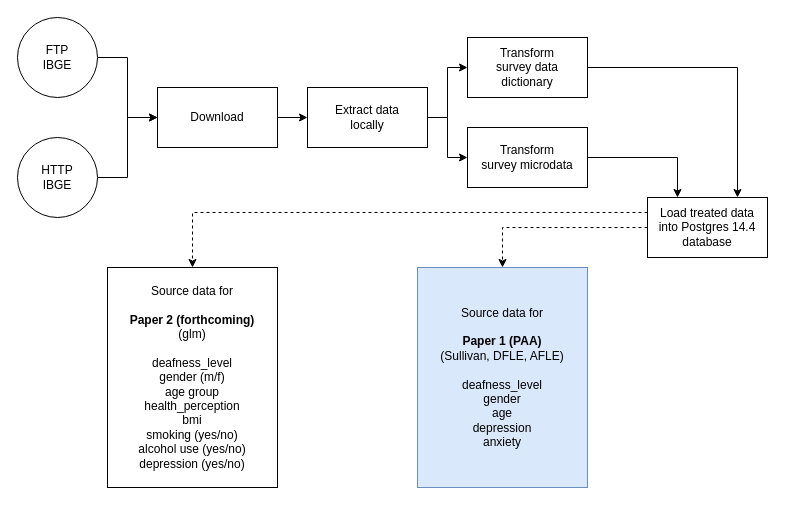
Earlier version of the draw.io diagram imgs/plan.drawio (hafermoraes/Deaf_DFLE). Source tidied: cells renumbered, new cells numbered last; positions are measured from the earlier drawing's top-left corner, leaving out a move shared by most shapes. Both pictures are drawn from the tidied source at 100%, with x=0, y=0 at pixel (17, 17).
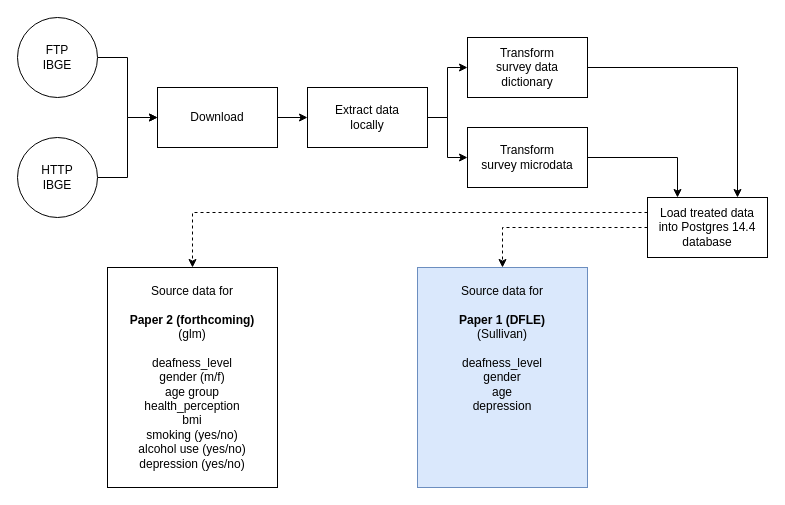
Above is the later version.

The edit, as a diff of the source:
```diff
@@
 <mxGraphModel>
   <root>
     <mxCell id="0" />
     <mxCell id="1" parent="0" />
     <mxCell id="2" style="edgeStyle=orthogonalEdgeStyle;rounded=0;jettySize=auto;html=1;exitX=1;exitY=0.5;exitDx=0;exitDy=0;entryX=0;entryY=0.5;entryDx=0;entryDy=0;" parent="1" edge="1" source="3" target="7">
       <mxGeometry relative="1" as="geometry" />
     </mxCell>
     <mxCell id="3" value="FTP&lt;br&gt;IBGE" style="ellipse;whiteSpace=wrap;html=1;" parent="1" vertex="1">
       <mxGeometry width="80" height="80" as="geometry" />
     </mxCell>
     <mxCell id="4" style="edgeStyle=orthogonalEdgeStyle;rounded=0;jettySize=auto;html=1;exitX=1;exitY=0.5;exitDx=0;exitDy=0;entryX=0;entryY=0.5;entryDx=0;entryDy=0;" parent="1" edge="1" source="5" target="7">
       <mxGeometry relative="1" as="geometry" />
     </mxCell>
     <mxCell id="5" value="HTTP&lt;br&gt;IBGE" style="ellipse;whiteSpace=wrap;html=1;" parent="1" vertex="1">
       <mxGeometry y="120" width="80" height="80" as="geometry" />
     </mxCell>
     <mxCell id="6" style="edgeStyle=orthogonalEdgeStyle;rounded=0;jettySize=auto;html=1;exitX=1;exitY=0.5;exitDx=0;exitDy=0;entryX=0;entryY=0.5;entryDx=0;entryDy=0;" parent="1" edge="1" source="7" target="10">
       <mxGeometry relative="1" as="geometry" />
     </mxCell>
     <mxCell id="7" value="Download" style="rounded=0;whiteSpace=wrap;html=1;" parent="1" vertex="1">
       <mxGeometry x="140" y="70" width="120" height="60" as="geometry" />
     </mxCell>
     <mxCell id="8" style="edgeStyle=orthogonalEdgeStyle;rounded=0;jettySize=auto;html=1;exitX=1;exitY=0.5;exitDx=0;exitDy=0;entryX=0;entryY=0.5;entryDx=0;entryDy=0;" parent="1" edge="1" source="10" target="12">
       <mxGeometry relative="1" as="geometry" />
     </mxCell>
     <mxCell id="9" style="edgeStyle=orthogonalEdgeStyle;rounded=0;jettySize=auto;html=1;exitX=1;exitY=0.5;exitDx=0;exitDy=0;entryX=0;entryY=0.5;entryDx=0;entryDy=0;" parent="1" edge="1" source="10" target="14">
       <mxGeometry relative="1" as="geometry" />
     </mxCell>
     <mxCell id="10" value="Extract data&lt;br&gt;locally" style="rounded=0;whiteSpace=wrap;html=1;" parent="1" vertex="1">
       <mxGeometry x="290" y="70" width="120" height="60" as="geometry" />
     </mxCell>
     <mxCell id="11" style="edgeStyle=orthogonalEdgeStyle;rounded=0;jettySize=auto;html=1;exitX=1;exitY=0.5;exitDx=0;exitDy=0;entryX=0.75;entryY=0;entryDx=0;entryDy=0;" parent="1" edge="1" source="12" target="17">
       <mxGeometry relative="1" as="geometry" />
     </mxCell>
     <mxCell id="12" value="Transform&lt;br&gt;survey data &lt;br&gt;dictionary" style="rounded=0;whiteSpace=wrap;html=1;" parent="1" vertex="1">
       <mxGeometry x="450" y="20" width="120" height="60" as="geometry" />
     </mxCell>
     <mxCell id="13" style="edgeStyle=orthogonalEdgeStyle;rounded=0;jettySize=auto;html=1;exitX=1;exitY=0.5;exitDx=0;exitDy=0;entryX=0.25;entryY=0;entryDx=0;entryDy=0;" parent="1" edge="1" source="14" target="17">
       <mxGeometry relative="1" as="geometry" />
     </mxCell>
     <mxCell id="14" value="Transform&lt;br&gt;survey microdata" style="rounded=0;whiteSpace=wrap;html=1;" parent="1" vertex="1">
       <mxGeometry x="450" y="110" width="120" height="60" as="geometry" />
     </mxCell>
     <mxCell id="15" style="edgeStyle=orthogonalEdgeStyle;rounded=0;jettySize=auto;html=1;exitX=0;exitY=0.25;exitDx=0;exitDy=0;entryX=0.5;entryY=0;entryDx=0;entryDy=0;strokeColor=default;dashed=1;" parent="1" edge="1" source="17" target="19">
       <mxGeometry relative="1" as="geometry" />
     </mxCell>
     <mxCell id="16" style="edgeStyle=orthogonalEdgeStyle;rounded=0;jettySize=auto;html=1;exitX=0;exitY=0.5;exitDx=0;exitDy=0;entryX=0.5;entryY=0;entryDx=0;entryDy=0;dashed=1;" parent="1" edge="1" source="17" target="18">
       <mxGeometry relative="1" as="geometry" />
     </mxCell>
     <mxCell id="17" value="Load treated data &lt;br&gt;into Postgres 14.4&lt;br&gt;database" style="rounded=0;whiteSpace=wrap;html=1;" parent="1" vertex="1">
       <mxGeometry x="630" y="180" width="120" height="60" as="geometry" />
     </mxCell>
-    <mxCell id="18" value="Source data for &lt;br&gt;&lt;br&gt;&lt;b&gt;Paper 1 (PAA)&lt;/b&gt;&lt;br&gt;(Sullivan,&amp;nbsp;DFLE, AFLE)&lt;br&gt;&lt;br&gt;deafness_level&lt;br&gt;gender&lt;br&gt;age&lt;br&gt;depression&lt;br&gt;anxiety" style="rounded=0;whiteSpace=wrap;html=1;fillColor=#dae8fc;strokeColor=#6c8ebf;" parent="1" vertex="1">
+    <mxCell id="18" value="Source data for &lt;br&gt;&lt;br&gt;&lt;b&gt;Paper 1 (DFLE)&lt;/b&gt;&lt;br&gt;(Sullivan)&lt;br&gt;&lt;br&gt;deafness_level&lt;br&gt;gender&lt;br&gt;age&lt;br&gt;depression&lt;div&gt;&lt;br&gt;&lt;/div&gt;&lt;div&gt;&lt;br&gt;&lt;/div&gt;&lt;div&gt;&lt;br&gt;&lt;/div&gt;&lt;div&gt;&lt;br&gt;&lt;/div&gt;" style="rounded=0;whiteSpace=wrap;html=1;fillColor=#dae8fc;strokeColor=#6c8ebf;" parent="1" vertex="1">
       <mxGeometry x="400" y="250" width="170" height="220" as="geometry" />
     </mxCell>
     <mxCell id="19" value="Source data for &lt;br&gt;&lt;br&gt;&lt;b&gt;Paper 2 (forthcoming)&lt;/b&gt;&lt;br&gt;(glm)&lt;br&gt;&lt;br&gt;deafness_level&lt;br&gt;gender (m/f)&lt;br&gt;age group&lt;br&gt;health_perception&lt;br&gt;bmi&lt;br&gt;smoking (yes/no)&lt;br&gt;alcohol use (yes/no)&lt;br&gt;depression (yes/no)" style="rounded=0;whiteSpace=wrap;html=1;" parent="1" vertex="1">
       <mxGeometry x="90" y="250" width="170" height="220" as="geometry" />
     </mxCell>
   </root>
 </mxGraphModel>
```
